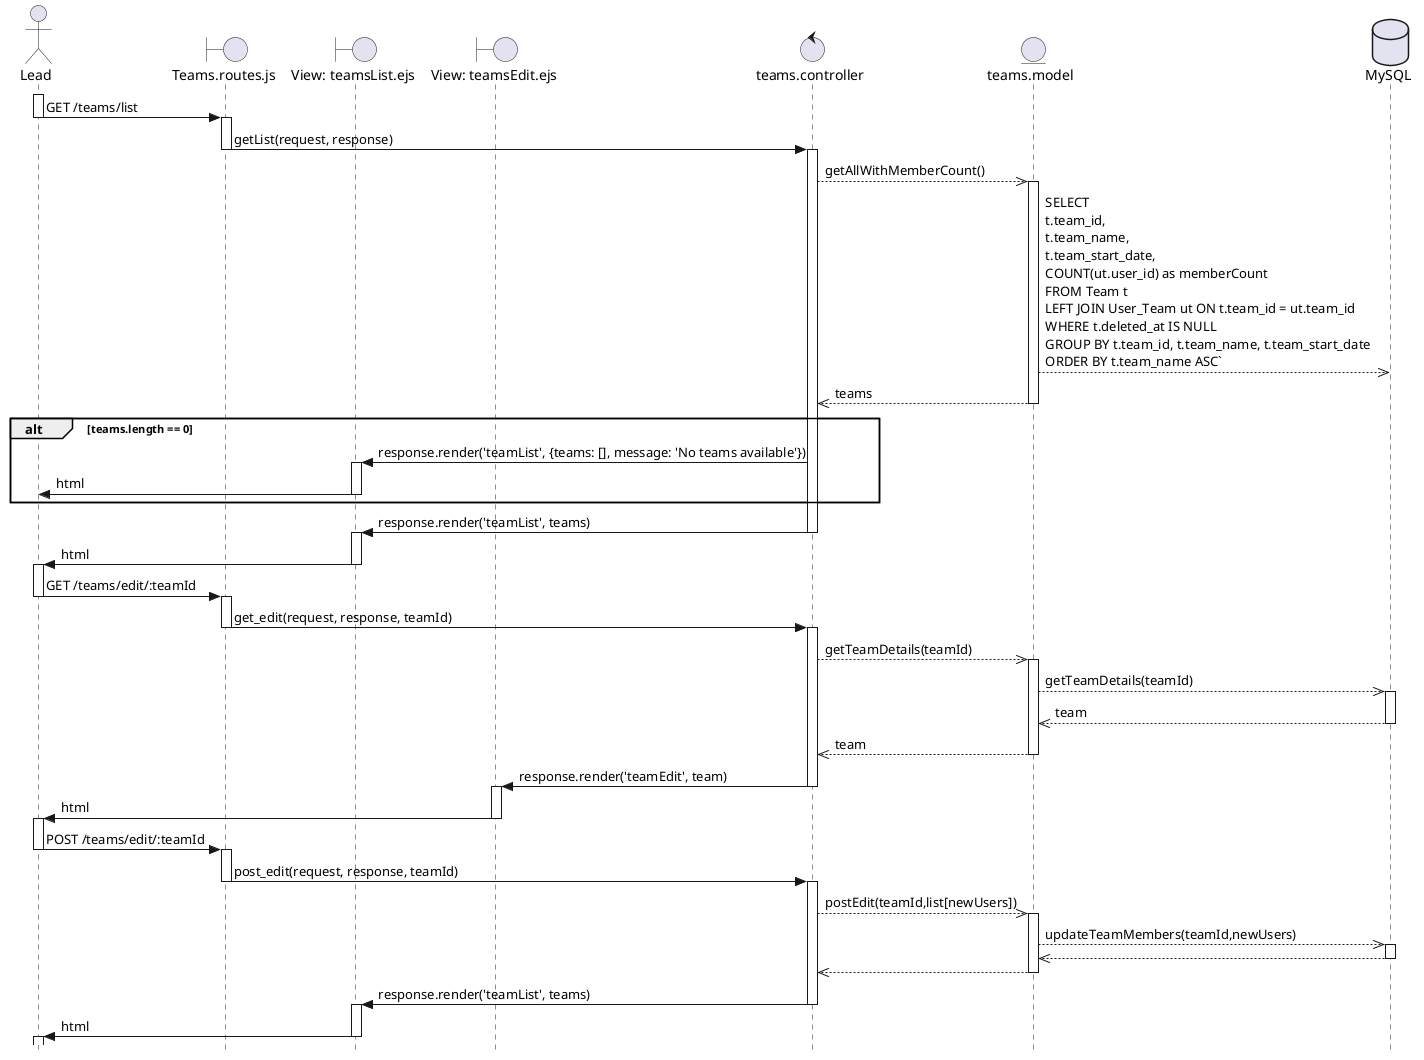
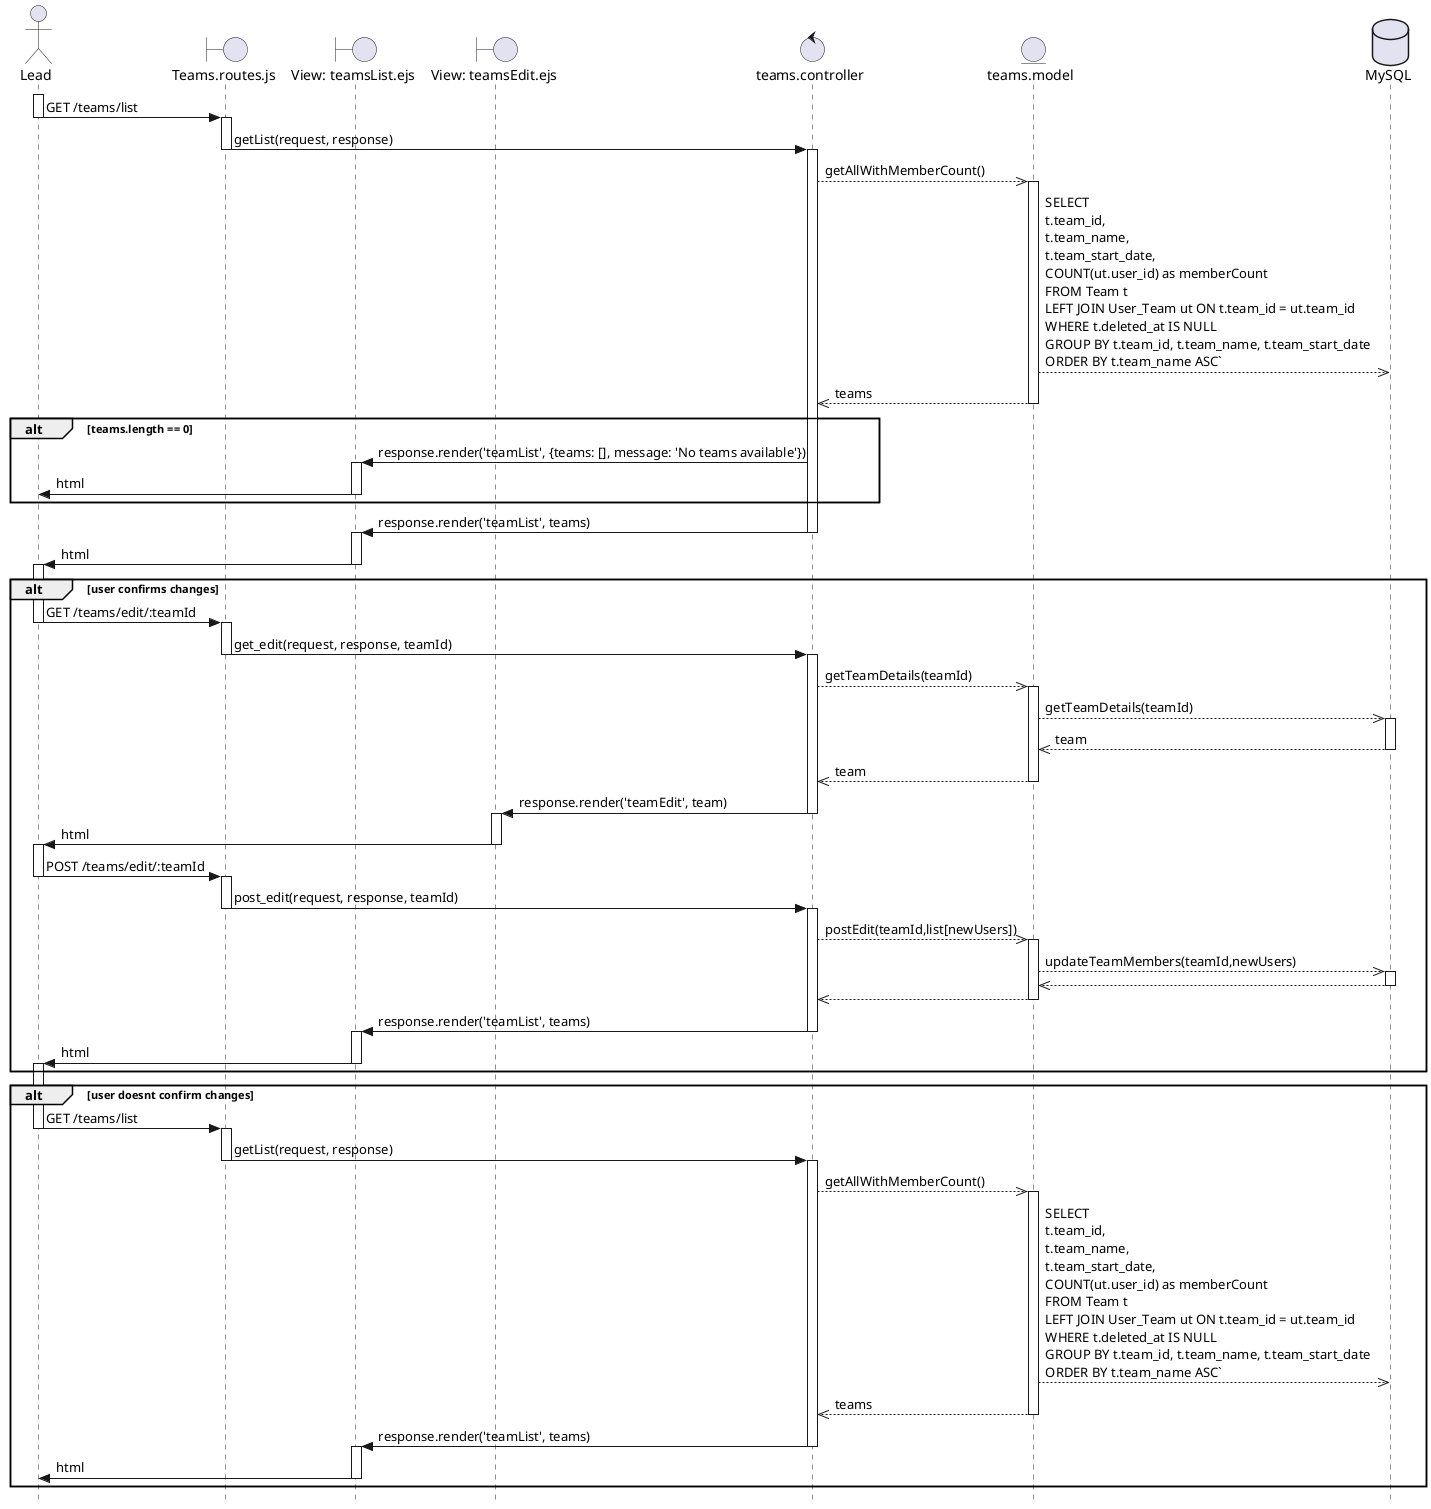
@startuml "Assign user to team"
skinparam style strictuml

actor Lead as U
boundary "Teams.routes.js" as RO
boundary "View: teamsList.ejs" as VL
boundary "View: teamsEdit.ejs" as VE
control "teams.controller" as C
entity "teams.model" as TM
database "MySQL" as BD

' Section about getting a list of teams '
activate U
U -> RO : GET /teams/list
deactivate U

activate RO
RO -> C : getList(request, response)
deactivate RO

activate C
C -->> TM : getAllWithMemberCount()
activate TM
TM -->> BD : SELECT \nt.team_id, \nt.team_name, \nt.team_start_date, \nCOUNT(ut.user_id) as memberCount \nFROM Team t \nLEFT JOIN User_Team ut ON t.team_id = ut.team_id \nWHERE t.deleted_at IS NULL \nGROUP BY t.team_id, t.team_name, t.team_start_date \nORDER BY t.team_name ASC`

deactivate BD
TM -->> C : teams
deactivate TM

alt teams.length == 0
C -> VL : response.render('teamList', {teams: [], message: 'No teams available'})

activate VL
VL -> U : html
deactivate VL
end

C -> VL : response.render('teamList', teams)
deactivate C

activate VL
VL -> U : html
deactivate VL



' Section about getting the info of one team '
+ alt user confirms changes
activate U
U -> RO : GET /teams/edit/:teamId
deactivate U

activate RO
RO -> C : get_edit(request, response, teamId)
deactivate RO

activate C
C -->> TM : getTeamDetails(teamId)

activate TM

TM -->> BD : getTeamDetails(teamId)
activate BD

BD -->> TM : team
deactivate BD

TM -->> C : team
deactivate TM


C -> VE : response.render('teamEdit', team)
deactivate C

activate VE
VE -> U : html
deactivate VE

' Section about posting the changes of users '
activate U
U -> RO : POST /teams/edit/:teamId
deactivate U

activate RO
RO -> C : post_edit(request, response, teamId)
deactivate RO

activate C
C -->> TM : postEdit(teamId,list[newUsers])

activate TM
TM -->> BD : updateTeamMembers(teamId,newUsers)
activate BD
BD -->> TM :
deactivate BD
TM -->> C :
deactivate TM
C -> VL : response.render('teamList', teams)
deactivate C

activate VL
VL -> U : html
deactivate VL
- activate U+ activate U
+ deactivate U
+ 
+ end
+ 
+ alt user doesnt confirm changes
+ activate U
+ U -> RO : GET /teams/list
+ deactivate U
+ 
+ activate RO
+ RO -> C : getList(request, response)
+ deactivate RO
+ 
+ activate C
+ C -->> TM : getAllWithMemberCount()
+ activate TM
+ TM -->> BD : SELECT \nt.team_id, \nt.team_name, \nt.team_start_date, \nCOUNT(ut.user_id) as memberCount \nFROM Team t \nLEFT JOIN User_Team ut ON t.team_id = ut.team_id \nWHERE t.deleted_at IS NULL \nGROUP BY t.team_id, t.team_name, t.team_start_date \nORDER BY t.team_name ASC`
+ 
+ deactivate BD
+ TM -->> C : teams
+ deactivate TM
+ 
+ C -> VL : response.render('teamList', teams)
+ deactivate C
+ 
+ activate VL
+ VL -> U : html
+ deactivate VL
+ end